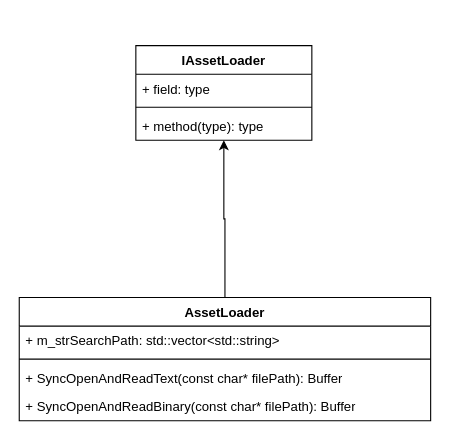
The draw.io diagram page "AssetLoader" (6 of 7) of GameEngine.drawio in yzscodehub/Resource, before the edit. Source tidied: cells renumbered, new cells numbered last; positions are measured from the earlier drawing's top-left corner, leaving out a move shared by most shapes. Both pictures are drawn from the tidied source at 110%, with x=0, y=0 at pixel (19, 45).
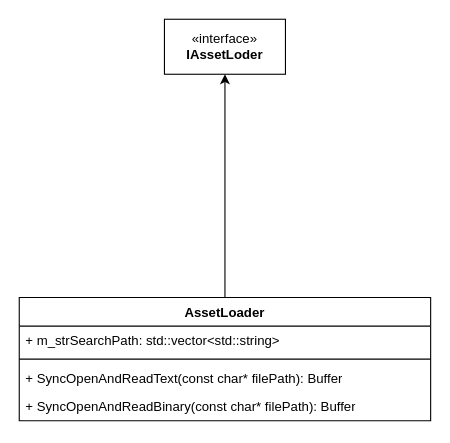
The same page after the edit.

The edit, as a diff of the source:
```diff
@@
 <mxGraphModel>
   <root>
     <mxCell id="0" />
     <mxCell id="1" parent="0" />
-    <mxCell id="2" style="edgeStyle=orthogonalEdgeStyle;rounded=0;jettySize=auto;html=1;" parent="1" edge="1" source="3" target="8">
+    <mxCell id="2" style="edgeStyle=orthogonalEdgeStyle;rounded=0;jettySize=auto;html=1;" parent="1" edge="1" source="3" target="12">
       <mxGeometry relative="1" as="geometry" />
     </mxCell>
     <mxCell id="3" value="AssetLoader" style="swimlane;fontStyle=1;align=center;verticalAlign=top;horizontal=1;startSize=26;whiteSpace=wrap;html=1;" parent="1" vertex="1">
       <mxGeometry y="229" width="374" height="112" as="geometry" />
     </mxCell>
     <mxCell id="4" value="+ m_strSearchPath: std::vector&amp;lt;std::string&amp;gt;" style="text;strokeColor=none;fillColor=none;align=left;verticalAlign=top;spacingLeft=4;spacingRight=4;overflow=hidden;whiteSpace=wrap;html=1;" parent="3" vertex="1">
       <mxGeometry y="26" width="374" height="26" as="geometry" />
     </mxCell>
     <mxCell id="5" style="line;strokeWidth=1;fillColor=none;align=left;verticalAlign=middle;spacingTop=-1;spacingLeft=3;spacingRight=3;labelPosition=right;strokeColor=inherit;" parent="3" vertex="1">
       <mxGeometry y="52" width="374" height="8" as="geometry" />
     </mxCell>
     <mxCell id="6" value="+ SyncOpenAndReadText(const char* filePath): Buffer" style="text;strokeColor=none;fillColor=none;align=left;verticalAlign=top;spacingLeft=4;spacingRight=4;overflow=hidden;whiteSpace=wrap;html=1;" parent="3" vertex="1">
       <mxGeometry y="60" width="374" height="26" as="geometry" />
     </mxCell>
     <mxCell id="7" value="+ SyncOpenAndReadBinary(const char* filePath): Buffer" style="text;strokeColor=none;fillColor=none;align=left;verticalAlign=top;spacingLeft=4;spacingRight=4;overflow=hidden;whiteSpace=wrap;html=1;" parent="3" vertex="1">
       <mxGeometry y="86" width="374" height="26" as="geometry" />
     </mxCell>
-    <mxCell id="8" value="IAssetLoader" style="swimlane;fontStyle=1;align=center;verticalAlign=top;horizontal=1;startSize=26;whiteSpace=wrap;html=1;" parent="1" vertex="1">
-      <mxGeometry x="106" width="160" height="86" as="geometry" />
-    </mxCell>
-    <mxCell id="9" value="+ field: type" style="text;strokeColor=none;fillColor=none;align=left;verticalAlign=top;spacingLeft=4;spacingRight=4;overflow=hidden;whiteSpace=wrap;html=1;" parent="8" vertex="1">
-      <mxGeometry y="26" width="160" height="26" as="geometry" />
-    </mxCell>
-    <mxCell id="10" style="line;strokeWidth=1;fillColor=none;align=left;verticalAlign=middle;spacingTop=-1;spacingLeft=3;spacingRight=3;labelPosition=right;strokeColor=inherit;" parent="8" vertex="1">
-      <mxGeometry y="52" width="160" height="8" as="geometry" />
-    </mxCell>
-    <mxCell id="11" value="+ method(type): type" style="text;strokeColor=none;fillColor=none;align=left;verticalAlign=top;spacingLeft=4;spacingRight=4;overflow=hidden;whiteSpace=wrap;html=1;" parent="8" vertex="1">
-      <mxGeometry y="60" width="160" height="26" as="geometry" />
-    </mxCell>
+    <mxCell id="12" value="«interface»&lt;br&gt;&lt;b&gt;IAssetLoder&lt;/b&gt;" style="html=1;whiteSpace=wrap;" parent="1" vertex="1">
+      <mxGeometry x="132" y="-24" width="110" height="50" as="geometry" />
+    </mxCell>
   </root>
 </mxGraphModel>
```
